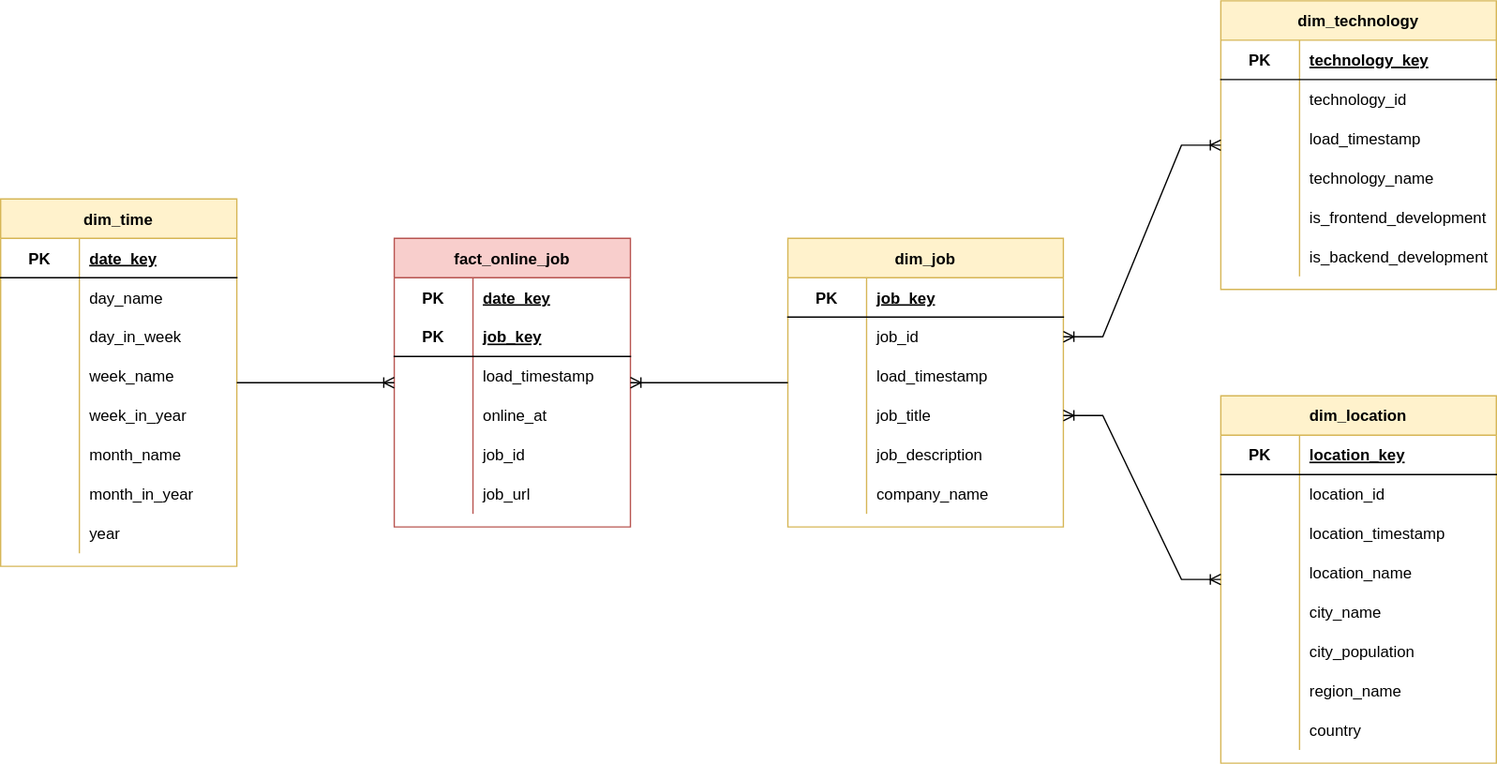
Above: doc/mart-model.drawio.svg in petracarrion/job-market-analytics (draw.io), before the change. Source tidied: cells renumbered, new cells last; positions are measured from the earlier drawing's top-left corner, leaving out a move shared by most shapes.
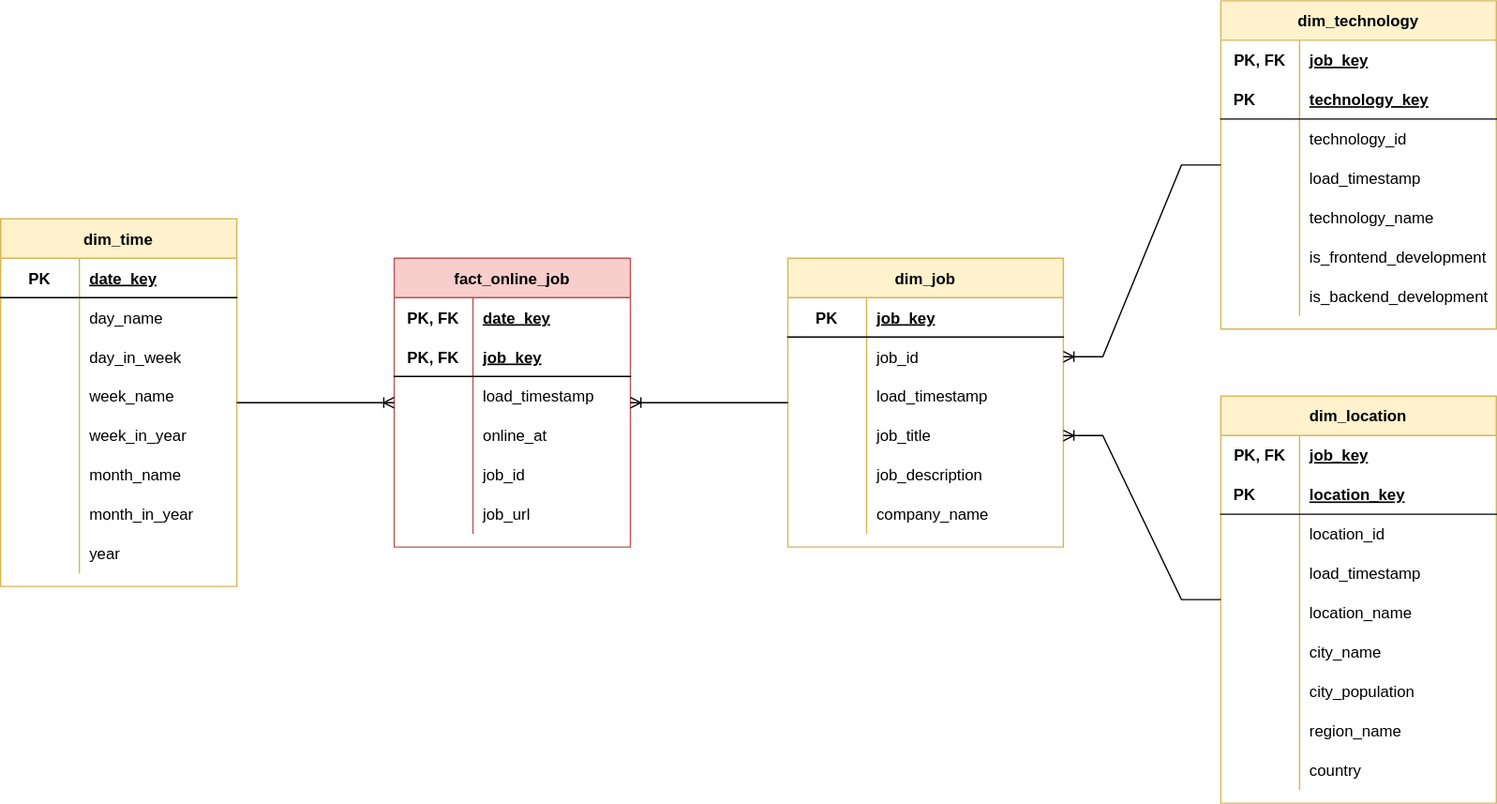
After the change.

What changed in the source:
```diff
@@ -84,7 +84,7 @@
     <mxCell id="29" style="shape=tableRow;horizontal=0;startSize=0;swimlaneHead=0;swimlaneBody=0;fillColor=none;top=0;left=0;right=0;bottom=1;strokeColor=none;" parent="28" vertex="1">
       <mxGeometry y="30" width="180" height="30" as="geometry" />
     </mxCell>
-    <mxCell id="30" value="PK" style="shape=partialRectangle;fillColor=none;top=0;left=0;bottom=0;right=0;fontStyle=1;overflow=hidden;" parent="29" vertex="1">
+    <mxCell id="30" value="PK, FK" style="shape=partialRectangle;fillColor=none;top=0;left=0;bottom=0;right=0;fontStyle=1;overflow=hidden;" parent="29" vertex="1">
       <mxGeometry width="60" height="30" as="geometry" />
     </mxCell>
     <mxCell id="31" value="date_key" style="shape=partialRectangle;fillColor=none;top=0;left=0;bottom=0;right=0;align=left;spacingLeft=6;fontStyle=5;overflow=hidden;" parent="29" vertex="1">
@@ -93,7 +93,7 @@
     <mxCell id="32" style="shape=tableRow;horizontal=0;startSize=0;swimlaneHead=0;swimlaneBody=0;fillColor=none;top=0;left=0;right=0;bottom=1;" parent="28" vertex="1">
       <mxGeometry y="60" width="180" height="30" as="geometry" />
     </mxCell>
-    <mxCell id="33" value="PK" style="shape=partialRectangle;fillColor=none;top=0;left=0;bottom=0;right=0;fontStyle=1;overflow=hidden;" parent="32" vertex="1">
+    <mxCell id="33" value="PK, FK" style="shape=partialRectangle;fillColor=none;top=0;left=0;bottom=0;right=0;fontStyle=1;overflow=hidden;" parent="32" vertex="1">
       <mxGeometry width="60" height="30" as="geometry" />
     </mxCell>
     <mxCell id="34" value="job_key" style="shape=partialRectangle;fillColor=none;top=0;left=0;bottom=0;right=0;align=left;spacingLeft=6;fontStyle=5;overflow=hidden;" parent="32" vertex="1">
@@ -193,19 +193,28 @@
       <mxGeometry x="60" width="150" height="30" as="geometry" />
     </mxCell>
     <mxCell id="66" value="dim_location" style="shape=table;startSize=30;rowLines=0;fontStyle=1;align=center;fillColor=#fff2cc;strokeColor=#d6b656;" parent="2" vertex="1">
-      <mxGeometry x="930" y="301" width="210" height="280" as="geometry" />
+      <mxGeometry x="930" y="286" width="210" height="310" as="geometry" />
     </mxCell>
-    <mxCell id="67" style="shape=tableRow;horizontal=0;startSize=0;swimlaneHead=0;swimlaneBody=0;fillColor=none;top=0;left=0;right=0;bottom=1;" parent="66" vertex="1">
+    <mxCell id="67" style="shape=tableRow;horizontal=0;startSize=0;swimlaneHead=0;swimlaneBody=0;fillColor=none;top=0;left=0;right=0;bottom=1;strokeColor=none;" parent="66" vertex="1">
       <mxGeometry y="30" width="210" height="30" as="geometry" />
     </mxCell>
-    <mxCell id="68" value="PK" style="shape=partialRectangle;fillColor=none;top=0;left=0;bottom=0;right=0;fontStyle=1;overflow=hidden;" parent="67" vertex="1">
+    <mxCell id="68" value="PK, FK" style="shape=partialRectangle;fillColor=none;top=0;left=0;bottom=0;right=0;fontStyle=1;overflow=hidden;" parent="67" vertex="1">
       <mxGeometry width="60" height="30" as="geometry" />
     </mxCell>
-    <mxCell id="69" value="location_key" style="shape=partialRectangle;fillColor=none;top=0;left=0;bottom=0;right=0;align=left;spacingLeft=6;fontStyle=5;overflow=hidden;" parent="67" vertex="1">
+    <mxCell id="69" value="job_key" style="shape=partialRectangle;fillColor=none;top=0;left=0;bottom=0;right=0;align=left;spacingLeft=6;fontStyle=5;overflow=hidden;" parent="67" vertex="1">
       <mxGeometry x="60" width="150" height="30" as="geometry" />
     </mxCell>
+    <mxCell id="114" style="shape=tableRow;horizontal=0;startSize=0;swimlaneHead=0;swimlaneBody=0;fillColor=none;top=0;left=0;right=0;bottom=1;" parent="66" vertex="1">
+      <mxGeometry y="60" width="210" height="30" as="geometry" />
+    </mxCell>
+    <mxCell id="115" value="PK       " style="shape=partialRectangle;fillColor=none;top=0;left=0;bottom=0;right=0;fontStyle=1;overflow=hidden;" parent="114" vertex="1">
+      <mxGeometry width="60" height="30" as="geometry" />
+    </mxCell>
+    <mxCell id="116" value="location_key" style="shape=partialRectangle;fillColor=none;top=0;left=0;bottom=0;right=0;align=left;spacingLeft=6;fontStyle=5;overflow=hidden;" parent="114" vertex="1">
+      <mxGeometry x="60" width="150" height="30" as="geometry" />
+    </mxCell>
     <mxCell id="70" style="shape=tableRow;horizontal=0;startSize=0;swimlaneHead=0;swimlaneBody=0;fillColor=none;top=0;left=0;right=0;bottom=0;" parent="66" vertex="1">
-      <mxGeometry y="60" width="210" height="30" as="geometry" />
+      <mxGeometry y="90" width="210" height="30" as="geometry" />
     </mxCell>
     <mxCell id="71" style="shape=partialRectangle;fillColor=none;top=0;left=0;bottom=0;right=0;overflow=hidden;" parent="70" vertex="1">
       <mxGeometry width="60" height="30" as="geometry" />
@@ -214,16 +223,16 @@
       <mxGeometry x="60" width="150" height="30" as="geometry" />
     </mxCell>
     <mxCell id="73" style="shape=tableRow;horizontal=0;startSize=0;swimlaneHead=0;swimlaneBody=0;fillColor=none;top=0;left=0;right=0;bottom=0;" parent="66" vertex="1">
-      <mxGeometry y="90" width="210" height="30" as="geometry" />
+      <mxGeometry y="120" width="210" height="30" as="geometry" />
     </mxCell>
     <mxCell id="74" style="shape=partialRectangle;fillColor=none;top=0;left=0;bottom=0;right=0;overflow=hidden;" parent="73" vertex="1">
       <mxGeometry width="60" height="30" as="geometry" />
     </mxCell>
-    <mxCell id="75" value="location_timestamp" style="shape=partialRectangle;fillColor=none;top=0;left=0;bottom=0;right=0;align=left;spacingLeft=6;overflow=hidden;" parent="73" vertex="1">
+    <mxCell id="75" value="load_timestamp" style="shape=partialRectangle;fillColor=none;top=0;left=0;bottom=0;right=0;align=left;spacingLeft=6;overflow=hidden;" parent="73" vertex="1">
       <mxGeometry x="60" width="150" height="30" as="geometry" />
     </mxCell>
     <mxCell id="76" style="shape=tableRow;horizontal=0;startSize=0;swimlaneHead=0;swimlaneBody=0;fillColor=none;top=0;left=0;right=0;bottom=0;" parent="66" vertex="1">
-      <mxGeometry y="120" width="210" height="30" as="geometry" />
+      <mxGeometry y="150" width="210" height="30" as="geometry" />
     </mxCell>
     <mxCell id="77" style="shape=partialRectangle;fillColor=none;top=0;left=0;bottom=0;right=0;overflow=hidden;" parent="76" vertex="1">
       <mxGeometry width="60" height="30" as="geometry" />
@@ -232,7 +241,7 @@
       <mxGeometry x="60" width="150" height="30" as="geometry" />
     </mxCell>
     <mxCell id="79" style="shape=tableRow;horizontal=0;startSize=0;swimlaneHead=0;swimlaneBody=0;fillColor=none;top=0;left=0;right=0;bottom=0;" parent="66" vertex="1">
-      <mxGeometry y="150" width="210" height="30" as="geometry" />
+      <mxGeometry y="180" width="210" height="30" as="geometry" />
     </mxCell>
     <mxCell id="80" style="shape=partialRectangle;fillColor=none;top=0;left=0;bottom=0;right=0;overflow=hidden;" parent="79" vertex="1">
       <mxGeometry width="60" height="30" as="geometry" />
@@ -241,7 +250,7 @@
       <mxGeometry x="60" width="150" height="30" as="geometry" />
     </mxCell>
     <mxCell id="82" style="shape=tableRow;horizontal=0;startSize=0;swimlaneHead=0;swimlaneBody=0;fillColor=none;top=0;left=0;right=0;bottom=0;" parent="66" vertex="1">
-      <mxGeometry y="180" width="210" height="30" as="geometry" />
+      <mxGeometry y="210" width="210" height="30" as="geometry" />
     </mxCell>
     <mxCell id="83" style="shape=partialRectangle;fillColor=none;top=0;left=0;bottom=0;right=0;overflow=hidden;" parent="82" vertex="1">
       <mxGeometry width="60" height="30" as="geometry" />
@@ -250,7 +259,7 @@
       <mxGeometry x="60" width="150" height="30" as="geometry" />
     </mxCell>
     <mxCell id="85" style="shape=tableRow;horizontal=0;startSize=0;swimlaneHead=0;swimlaneBody=0;fillColor=none;top=0;left=0;right=0;bottom=0;" parent="66" vertex="1">
-      <mxGeometry y="210" width="210" height="30" as="geometry" />
+      <mxGeometry y="240" width="210" height="30" as="geometry" />
     </mxCell>
     <mxCell id="86" style="shape=partialRectangle;fillColor=none;top=0;left=0;bottom=0;right=0;overflow=hidden;" parent="85" vertex="1">
       <mxGeometry width="60" height="30" as="geometry" />
@@ -259,7 +268,7 @@
       <mxGeometry x="60" width="150" height="30" as="geometry" />
     </mxCell>
     <mxCell id="88" style="shape=tableRow;horizontal=0;startSize=0;swimlaneHead=0;swimlaneBody=0;fillColor=none;top=0;left=0;right=0;bottom=0;" parent="66" vertex="1">
-      <mxGeometry y="240" width="210" height="30" as="geometry" />
+      <mxGeometry y="270" width="210" height="30" as="geometry" />
     </mxCell>
     <mxCell id="89" style="shape=partialRectangle;fillColor=none;top=0;left=0;bottom=0;right=0;overflow=hidden;" parent="88" vertex="1">
       <mxGeometry width="60" height="30" as="geometry" />
@@ -268,19 +277,28 @@
       <mxGeometry x="60" width="150" height="30" as="geometry" />
     </mxCell>
     <mxCell id="91" value="dim_technology" style="shape=table;startSize=30;rowLines=0;fontStyle=1;align=center;fillColor=#fff2cc;strokeColor=#d6b656;" parent="2" vertex="1">
-      <mxGeometry x="930" width="210" height="220" as="geometry" />
+      <mxGeometry x="930" y="-15" width="210" height="250" as="geometry" />
     </mxCell>
-    <mxCell id="92" style="shape=tableRow;horizontal=0;startSize=0;swimlaneHead=0;swimlaneBody=0;fillColor=none;top=0;left=0;right=0;bottom=1;" parent="91" vertex="1">
+    <mxCell id="92" style="shape=tableRow;horizontal=0;startSize=0;swimlaneHead=0;swimlaneBody=0;fillColor=none;top=0;left=0;right=0;bottom=1;strokeColor=none;" parent="91" vertex="1">
       <mxGeometry y="30" width="210" height="30" as="geometry" />
     </mxCell>
-    <mxCell id="93" value="PK" style="shape=partialRectangle;fillColor=none;top=0;left=0;bottom=0;right=0;fontStyle=1;overflow=hidden;" parent="92" vertex="1">
+    <mxCell id="93" value="PK, FK" style="shape=partialRectangle;fillColor=none;top=0;left=0;bottom=0;right=0;fontStyle=1;overflow=hidden;" parent="92" vertex="1">
       <mxGeometry width="60" height="30" as="geometry" />
     </mxCell>
-    <mxCell id="94" value="technology_key" style="shape=partialRectangle;fillColor=none;top=0;left=0;bottom=0;right=0;align=left;spacingLeft=6;fontStyle=5;overflow=hidden;" parent="92" vertex="1">
+    <mxCell id="94" value="job_key" style="shape=partialRectangle;fillColor=none;top=0;left=0;bottom=0;right=0;align=left;spacingLeft=6;fontStyle=5;overflow=hidden;" parent="92" vertex="1">
       <mxGeometry x="60" width="150" height="30" as="geometry" />
     </mxCell>
+    <mxCell id="117" style="shape=tableRow;horizontal=0;startSize=0;swimlaneHead=0;swimlaneBody=0;fillColor=none;top=0;left=0;right=0;bottom=1;" parent="91" vertex="1">
+      <mxGeometry y="60" width="210" height="30" as="geometry" />
+    </mxCell>
+    <mxCell id="118" value="PK       " style="shape=partialRectangle;fillColor=none;top=0;left=0;bottom=0;right=0;fontStyle=1;overflow=hidden;" parent="117" vertex="1">
+      <mxGeometry width="60" height="30" as="geometry" />
+    </mxCell>
+    <mxCell id="119" value="technology_key" style="shape=partialRectangle;fillColor=none;top=0;left=0;bottom=0;right=0;align=left;spacingLeft=6;fontStyle=5;overflow=hidden;" parent="117" vertex="1">
+      <mxGeometry x="60" width="150" height="30" as="geometry" />
+    </mxCell>
     <mxCell id="95" style="shape=tableRow;horizontal=0;startSize=0;swimlaneHead=0;swimlaneBody=0;fillColor=none;top=0;left=0;right=0;bottom=0;" parent="91" vertex="1">
-      <mxGeometry y="60" width="210" height="30" as="geometry" />
+      <mxGeometry y="90" width="210" height="30" as="geometry" />
     </mxCell>
     <mxCell id="96" style="shape=partialRectangle;fillColor=none;top=0;left=0;bottom=0;right=0;overflow=hidden;" parent="95" vertex="1">
       <mxGeometry width="60" height="30" as="geometry" />
@@ -289,7 +307,7 @@
       <mxGeometry x="60" width="150" height="30" as="geometry" />
     </mxCell>
     <mxCell id="98" style="shape=tableRow;horizontal=0;startSize=0;swimlaneHead=0;swimlaneBody=0;fillColor=none;top=0;left=0;right=0;bottom=0;" parent="91" vertex="1">
-      <mxGeometry y="90" width="210" height="30" as="geometry" />
+      <mxGeometry y="120" width="210" height="30" as="geometry" />
     </mxCell>
     <mxCell id="99" style="shape=partialRectangle;fillColor=none;top=0;left=0;bottom=0;right=0;overflow=hidden;" parent="98" vertex="1">
       <mxGeometry width="60" height="30" as="geometry" />
@@ -298,7 +316,7 @@
       <mxGeometry x="60" width="150" height="30" as="geometry" />
     </mxCell>
     <mxCell id="101" style="shape=tableRow;horizontal=0;startSize=0;swimlaneHead=0;swimlaneBody=0;fillColor=none;top=0;left=0;right=0;bottom=0;" parent="91" vertex="1">
-      <mxGeometry y="120" width="210" height="30" as="geometry" />
+      <mxGeometry y="150" width="210" height="30" as="geometry" />
     </mxCell>
     <mxCell id="102" style="shape=partialRectangle;fillColor=none;top=0;left=0;bottom=0;right=0;overflow=hidden;" parent="101" vertex="1">
       <mxGeometry width="60" height="30" as="geometry" />
@@ -307,7 +325,7 @@
       <mxGeometry x="60" width="150" height="30" as="geometry" />
     </mxCell>
     <mxCell id="104" style="shape=tableRow;horizontal=0;startSize=0;swimlaneHead=0;swimlaneBody=0;fillColor=none;top=0;left=0;right=0;bottom=0;" parent="91" vertex="1">
-      <mxGeometry y="150" width="210" height="30" as="geometry" />
+      <mxGeometry y="180" width="210" height="30" as="geometry" />
     </mxCell>
     <mxCell id="105" style="shape=partialRectangle;fillColor=none;top=0;left=0;bottom=0;right=0;overflow=hidden;" parent="104" vertex="1">
       <mxGeometry width="60" height="30" as="geometry" />
@@ -316,7 +334,7 @@
       <mxGeometry x="60" width="150" height="30" as="geometry" />
     </mxCell>
     <mxCell id="107" style="shape=tableRow;horizontal=0;startSize=0;swimlaneHead=0;swimlaneBody=0;fillColor=none;top=0;left=0;right=0;bottom=0;" parent="91" vertex="1">
-      <mxGeometry y="180" width="210" height="30" as="geometry" />
+      <mxGeometry y="210" width="210" height="30" as="geometry" />
     </mxCell>
     <mxCell id="108" style="shape=partialRectangle;fillColor=none;top=0;left=0;bottom=0;right=0;overflow=hidden;" parent="107" vertex="1">
       <mxGeometry width="60" height="30" as="geometry" />
@@ -330,11 +348,11 @@
     <mxCell id="111" style="edgeStyle=entityRelationEdgeStyle;fontSize=12;html=1;endArrow=ERoneToMany;rounded=0;" parent="2" edge="1" source="47" target="28">
       <mxGeometry relative="1" as="geometry" />
     </mxCell>
-    <mxCell id="112" style="edgeStyle=entityRelationEdgeStyle;fontSize=12;html=1;endArrow=ERoneToMany;startArrow=ERoneToMany;rounded=0;exitX=1;exitY=0.5;exitDx=0;exitDy=0;" parent="2" edge="1" source="51" target="91">
-      <mxGeometry relative="1" as="geometry" />
-    </mxCell>
-    <mxCell id="113" style="edgeStyle=entityRelationEdgeStyle;fontSize=12;html=1;endArrow=ERoneToMany;startArrow=ERoneToMany;rounded=0;exitX=1;exitY=0.5;exitDx=0;exitDy=0;" parent="2" edge="1" source="57" target="66">
-      <mxGeometry relative="1" as="geometry" />
-    </mxCell>
+    <mxCell id="120" style="edgeStyle=entityRelationEdgeStyle;fontSize=12;html=1;endArrow=ERoneToMany;rounded=0;entryX=1;entryY=0.5;entryDx=0;entryDy=0;" parent="2" edge="1" source="91" target="51">
+      <mxGeometry relative="1" as="geometry" />
+    </mxCell>
+    <mxCell id="121" style="edgeStyle=entityRelationEdgeStyle;fontSize=12;html=1;endArrow=ERoneToMany;rounded=0;entryX=1;entryY=0.5;entryDx=0;entryDy=0;" parent="2" edge="1" source="66" target="57">
+      <mxGeometry relative="1" as="geometry" />
+    </mxCell>
   </root>
 </mxGraphModel>
```
